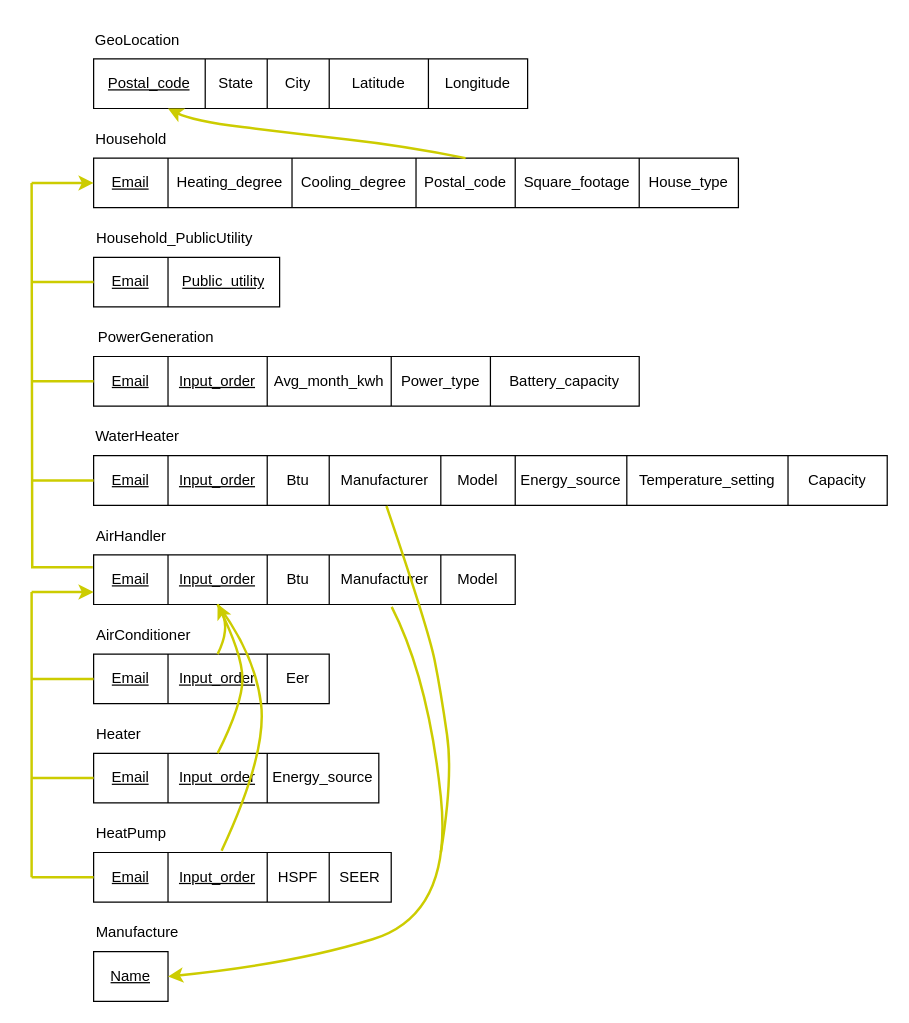
Earlier version of the draw.io diagram eer2relation.drawio (isteven-shu/image-library). Source tidied: cells renumbered, new cells numbered last; positions are measured from the earlier drawing's top-left corner, leaving out a move shared by most shapes. Both pictures are drawn from the tidied source at 124%, with x=0, y=0 at pixel (31, 21).
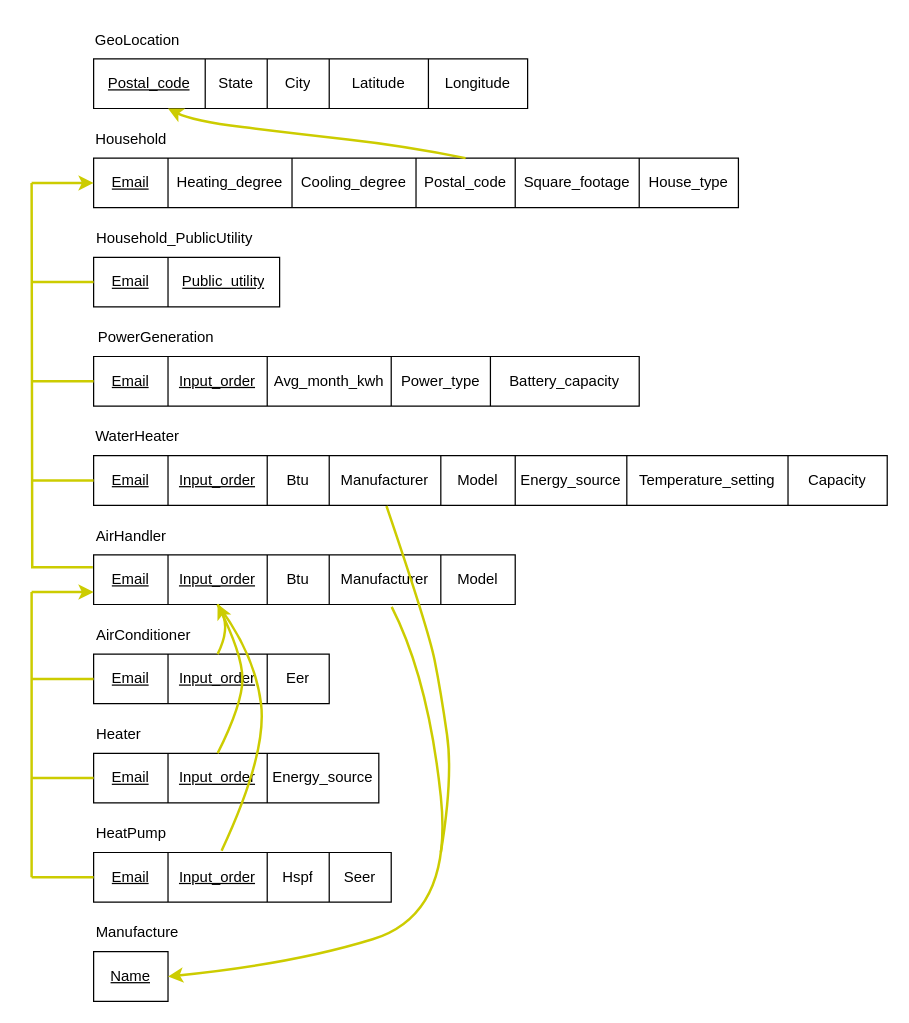
The same diagram, later.

The change refers to these unchanged cells:
```xml
<mxCell id="65" style="shape=tableRow;horizontal=0;startSize=0;swimlaneHead=0;swimlaneBody=0;strokeColor=inherit;top=0;left=0;bottom=0;right=0;fillColor=none;points=[[0,0.5],[1,0.5]];portConstraint=eastwest;" parent="64" vertex="1">
  <mxGeometry width="240" height="40" as="geometry" />
</mxCell>
```

Diff of the diagram source:
```diff
@@
-    <mxCell id="68" value="HSPF" style="shape=partialRectangle;html=1;whiteSpace=wrap;strokeColor=inherit;overflow=hidden;fillColor=none;top=0;left=0;bottom=0;right=0;" parent="65" vertex="1">
+    <mxCell id="68" value="Hspf" style="shape=partialRectangle;html=1;whiteSpace=wrap;strokeColor=inherit;overflow=hidden;fillColor=none;top=0;left=0;bottom=0;right=0;" parent="65" vertex="1">
       <mxGeometry x="140" width="50" height="40" as="geometry" />
     </mxCell>
-    <mxCell id="69" value="SEER" style="shape=partialRectangle;html=1;whiteSpace=wrap;strokeColor=inherit;overflow=hidden;fillColor=none;top=0;left=0;bottom=0;right=0;" parent="65" vertex="1">
+    <mxCell id="69" value="Seer" style="shape=partialRectangle;html=1;whiteSpace=wrap;strokeColor=inherit;overflow=hidden;fillColor=none;top=0;left=0;bottom=0;right=0;" parent="65" vertex="1">
       <mxGeometry x="190" width="50" height="40" as="geometry" />
     </mxCell>
```
